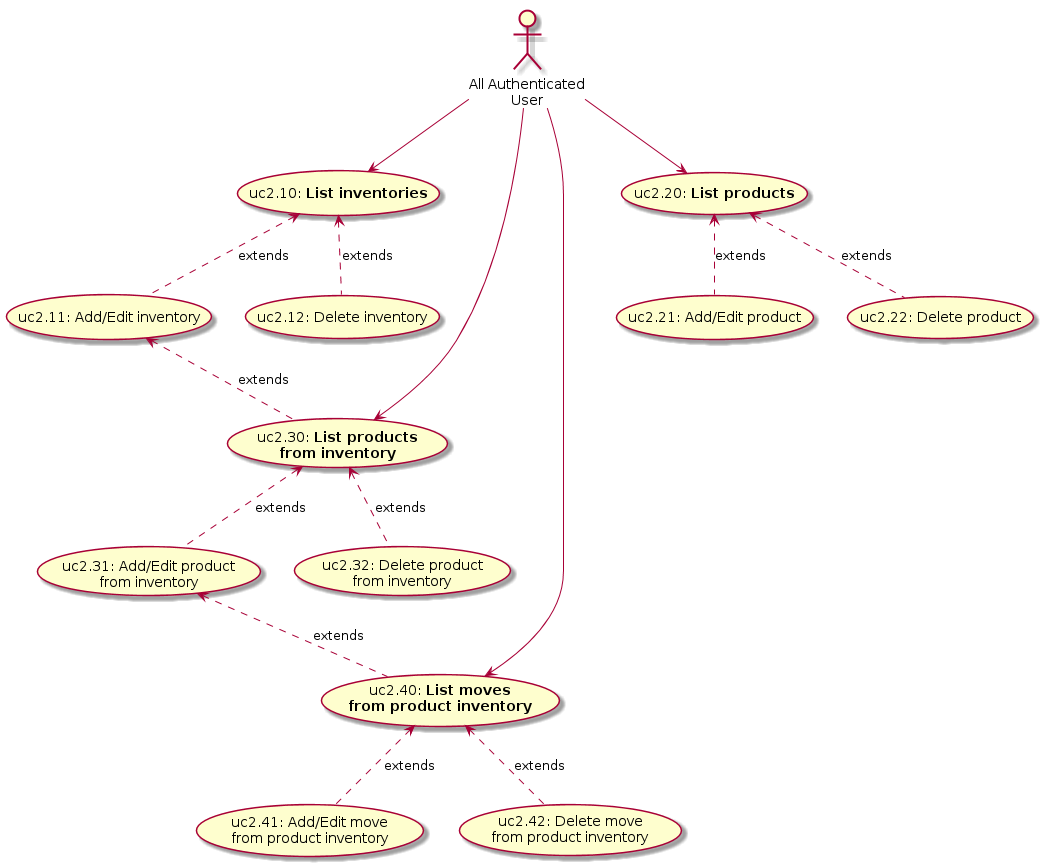
Above: docs/images/generated/uc2_inventory.png in aert/aert-farmerp (PlantUML), before the change.
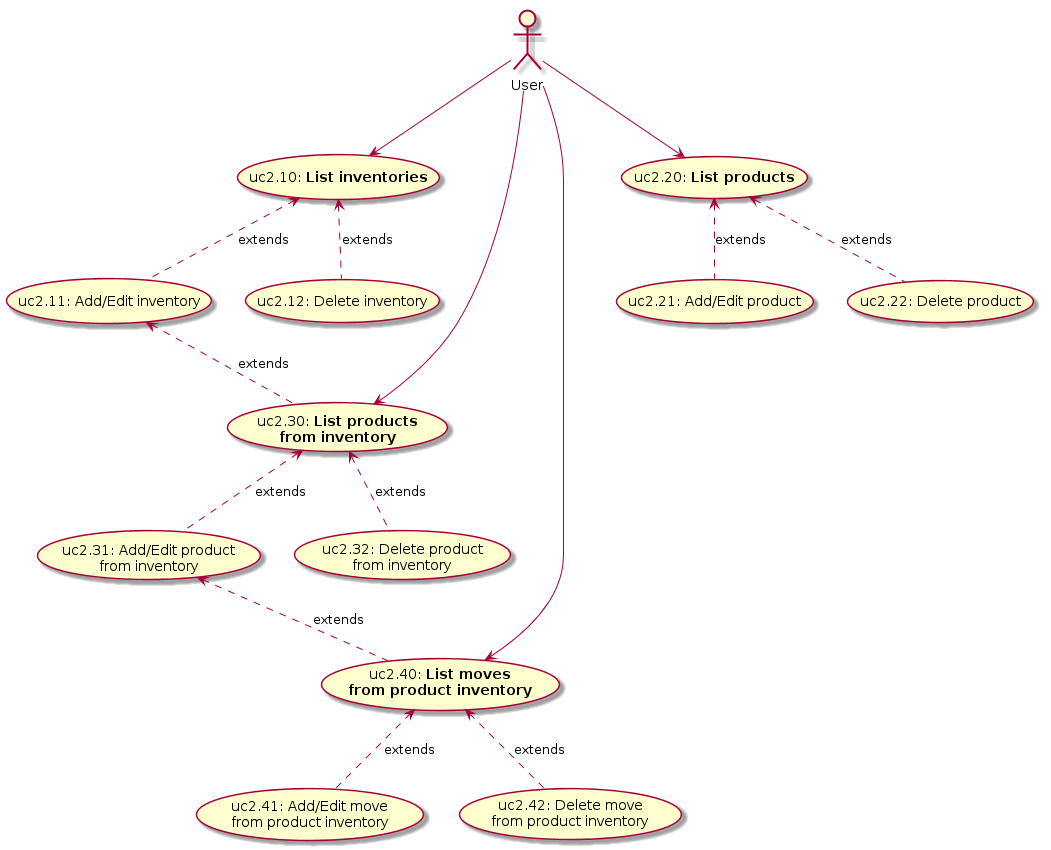
After the commit.

Diff of the diagram source:
```diff
@@ -1,7 +1,7 @@
 @startuml uc2_inventory.png
 
 
-   actor "All Authenticated\nUser" as User
+   actor "User" as User
 
 
    (uc2.10: <b>List inventories</b>)   as (uc2.10)
```
